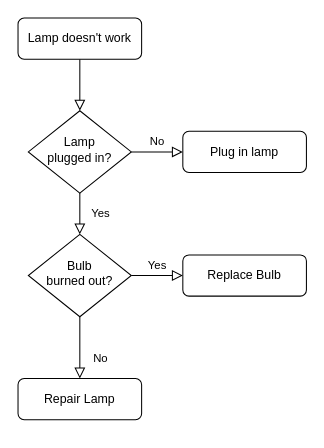
The draw.io diagram pr strategy.drawio in hfdyfxgg/wewq, before the edit. Source tidied: cells renumbered, new cells numbered last; positions are measured from the earlier drawing's top-left corner, leaving out a move shared by most shapes. Both pictures are drawn from the tidied source at 103%, with x=0, y=0 at pixel (18, 18).
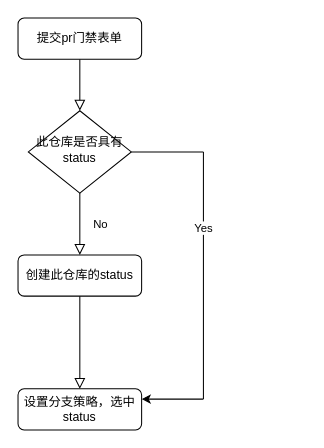
Above is the later version.

Diff of the diagram source:
```diff
@@
 <mxGraphModel>
   <root>
     <mxCell id="0" />
     <mxCell id="1" parent="0" />
     <mxCell id="2" style="rounded=0;html=1;jettySize=auto;fontSize=11;endArrow=block;endFill=0;endSize=8;strokeWidth=1;shadow=0;labelBackgroundColor=none;edgeStyle=orthogonalEdgeStyle;" parent="1" edge="1" source="3" target="6">
       <mxGeometry relative="1" as="geometry" />
     </mxCell>
-    <mxCell id="3" value="Lamp doesn't work" style="rounded=1;whiteSpace=wrap;html=1;fontSize=12;glass=0;strokeWidth=1;shadow=0;" parent="1" vertex="1">
+    <mxCell id="3" value="提交pr门禁表单" style="rounded=1;whiteSpace=wrap;html=1;fontSize=12;glass=0;strokeWidth=1;shadow=0;" parent="1" vertex="1">
       <mxGeometry width="120" height="40" as="geometry" />
     </mxCell>
-    <mxCell id="4" value="Yes" style="rounded=0;html=1;jettySize=auto;fontSize=11;endArrow=block;endFill=0;endSize=8;strokeWidth=1;shadow=0;labelBackgroundColor=none;edgeStyle=orthogonalEdgeStyle;" parent="1" edge="1" source="6" target="10">
+    <mxCell id="4" value="No" style="rounded=0;html=1;jettySize=auto;fontSize=11;endArrow=block;endFill=0;endSize=8;strokeWidth=1;shadow=0;labelBackgroundColor=none;edgeStyle=orthogonalEdgeStyle;entryX=0.5;entryY=0;entryDx=0;entryDy=0;" parent="1" edge="1" source="6" target="11">
       <mxGeometry y="20" relative="1" as="geometry" />
     </mxCell>
-    <mxCell id="5" value="No" style="edgeStyle=orthogonalEdgeStyle;rounded=0;html=1;jettySize=auto;fontSize=11;endArrow=block;endFill=0;endSize=8;strokeWidth=1;shadow=0;labelBackgroundColor=none;" parent="1" edge="1" source="6" target="7">
-      <mxGeometry y="10" relative="1" as="geometry" />
-    </mxCell>
-    <mxCell id="6" value="Lamp&lt;br&gt;plugged in?" style="rhombus;whiteSpace=wrap;html=1;shadow=0;fontFamily=Helvetica;fontSize=12;align=center;strokeWidth=1;spacing=6;spacingTop=-4;" parent="1" vertex="1">
+    <mxCell id="6" value="此仓库是否具有status" style="rhombus;whiteSpace=wrap;html=1;shadow=0;fontFamily=Helvetica;fontSize=12;align=center;strokeWidth=1;spacing=6;spacingTop=-4;" parent="1" vertex="1">
       <mxGeometry x="10" y="90" width="100" height="80" as="geometry" />
     </mxCell>
-    <mxCell id="7" value="Plug in lamp" style="rounded=1;whiteSpace=wrap;html=1;fontSize=12;glass=0;strokeWidth=1;shadow=0;" parent="1" vertex="1">
-      <mxGeometry x="160" y="110" width="120" height="40" as="geometry" />
-    </mxCell>
-    <mxCell id="8" value="No" style="rounded=0;html=1;jettySize=auto;fontSize=11;endArrow=block;endFill=0;endSize=8;strokeWidth=1;shadow=0;labelBackgroundColor=none;edgeStyle=orthogonalEdgeStyle;" parent="1" edge="1" source="10" target="11">
-      <mxGeometry x="0.33" y="20" relative="1" as="geometry" />
-    </mxCell>
-    <mxCell id="9" value="Yes" style="edgeStyle=orthogonalEdgeStyle;rounded=0;html=1;jettySize=auto;fontSize=11;endArrow=block;endFill=0;endSize=8;strokeWidth=1;shadow=0;labelBackgroundColor=none;" parent="1" edge="1" source="10" target="12">
-      <mxGeometry y="10" relative="1" as="geometry" />
+    <mxCell id="9" style="edgeStyle=orthogonalEdgeStyle;rounded=0;html=1;jettySize=auto;fontSize=11;endArrow=block;endFill=0;endSize=8;strokeWidth=1;shadow=0;labelBackgroundColor=none;" parent="1" edge="1" target="12">
+      <mxGeometry y="10" relative="1" as="geometry">
+        <mxPoint x="110" y="250" as="sourcePoint" />
+        <Array as="points">
+          <mxPoint x="60" y="250" />
+        </Array>
+      </mxGeometry>
     </mxCell>
-    <mxCell id="10" value="Bulb&lt;br&gt;burned out?" style="rhombus;whiteSpace=wrap;html=1;shadow=0;fontFamily=Helvetica;fontSize=12;align=center;strokeWidth=1;spacing=6;spacingTop=-4;" parent="1" vertex="1">
-      <mxGeometry x="10" y="210" width="100" height="80" as="geometry" />
-    </mxCell>
-    <mxCell id="11" value="Repair Lamp" style="rounded=1;whiteSpace=wrap;html=1;fontSize=12;glass=0;strokeWidth=1;shadow=0;" parent="1" vertex="1">
-      <mxGeometry y="350" width="120" height="40" as="geometry" />
+    <mxCell id="11" value="创建此仓库的status" style="rounded=1;whiteSpace=wrap;html=1;fontSize=12;glass=0;strokeWidth=1;shadow=0;" parent="1" vertex="1">
+      <mxGeometry y="230" width="120" height="40" as="geometry" />
     </mxCell>
-    <mxCell id="12" value="Replace Bulb" style="rounded=1;whiteSpace=wrap;html=1;fontSize=12;glass=0;strokeWidth=1;shadow=0;" parent="1" vertex="1">
-      <mxGeometry x="160" y="230" width="120" height="40" as="geometry" />
+    <mxCell id="12" value="设置分支策略，选中status" style="rounded=1;whiteSpace=wrap;html=1;fontSize=12;glass=0;strokeWidth=1;shadow=0;" parent="1" vertex="1">
+      <mxGeometry y="360" width="120" height="40" as="geometry" />
     </mxCell>
+    <mxCell id="13" style="endArrow=none;html=1;rounded=0;endFill=0;" parent="1" edge="1">
+      <mxGeometry relative="1" as="geometry">
+        <mxPoint x="110" y="130" as="sourcePoint" />
+        <mxPoint x="180" y="130" as="targetPoint" />
+      </mxGeometry>
+    </mxCell>
+    <mxCell id="14" style="endArrow=none;html=1;rounded=0;" parent="1" edge="1">
+      <mxGeometry relative="1" as="geometry">
+        <mxPoint x="180" y="370" as="sourcePoint" />
+        <mxPoint x="180" y="130" as="targetPoint" />
+      </mxGeometry>
+    </mxCell>
+    <mxCell id="15" value="Yes" style="edgeLabel;html=1;align=center;verticalAlign=middle;" parent="14" vertex="1">
+      <mxGeometry x="0.39" y="1" relative="1" as="geometry" />
+    </mxCell>
+    <mxCell id="16" style="endArrow=classic;html=1;rounded=0;entryX=1;entryY=0.25;entryDx=0;entryDy=0;" parent="1" edge="1" target="12">
+      <mxGeometry relative="1" as="geometry">
+        <mxPoint x="180" y="370" as="sourcePoint" />
+      </mxGeometry>
+    </mxCell>
   </root>
 </mxGraphModel>
```
